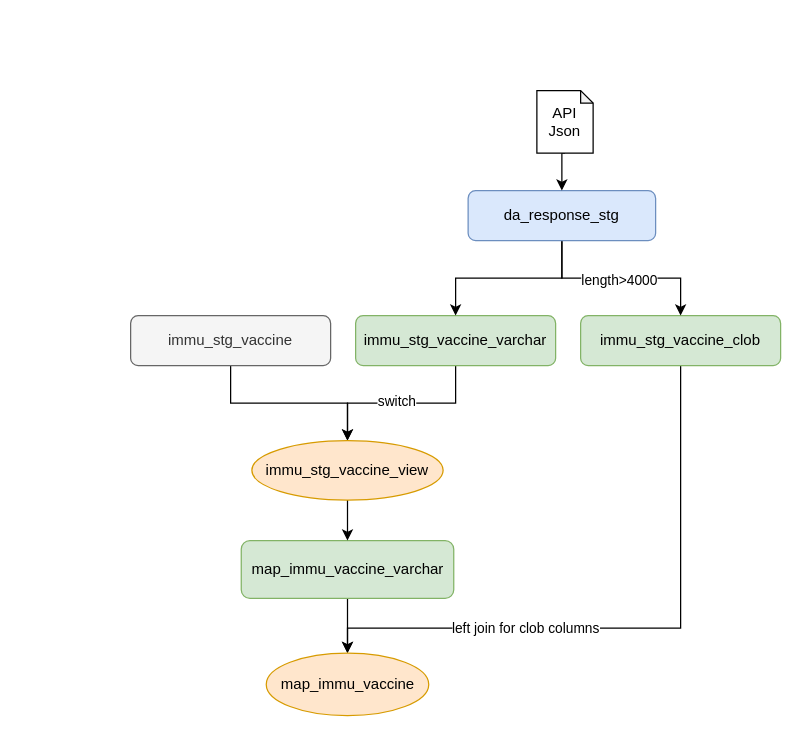
Above: immu_workflow.drawio in xuhuide/drawio (draw.io), before the change. Source tidied: cells renumbered, new cells numbered last; positions are measured from the earlier drawing's top-left corner, leaving out a move shared by most shapes. Both pictures are drawn from the tidied source at 125%, with x=0, y=0 at pixel (130, 90).
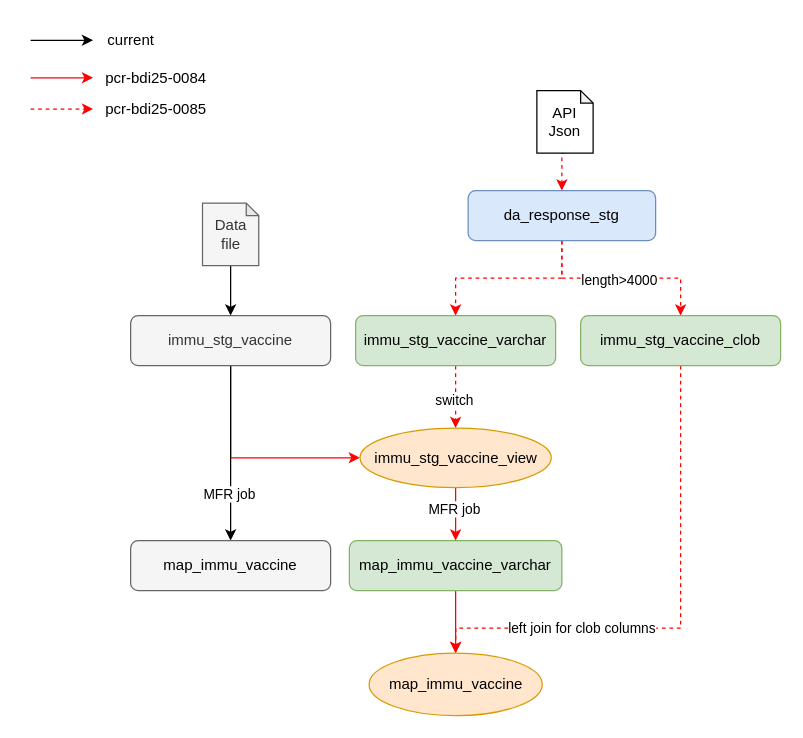
After the change.

Unchanged cells that the change refers to:
```xml
<mxCell id="4" value="&lt;span style=&quot;font-size: 12px;&quot;&gt;immu_stg_vaccine_varchar&lt;/span&gt;" style="rounded=1;whiteSpace=wrap;html=1;fillColor=#d5e8d4;strokeColor=#82b366;" parent="1" vertex="1">
  <mxGeometry x="180" y="180" width="160" height="40" as="geometry" />
</mxCell>
<mxCell id="6" value="&lt;span style=&quot;font-size: 12px;&quot;&gt;immu_stg_vaccine&lt;/span&gt;" style="rounded=1;whiteSpace=wrap;html=1;align=center;fillColor=#f5f5f5;fontColor=#333333;strokeColor=#666666;" parent="1" vertex="1">
  <mxGeometry y="180" width="160" height="40" as="geometry" />
</mxCell>
<mxCell id="11" value="&lt;span style=&quot;text-align: left;&quot;&gt;immu_stg_vaccine_clob&lt;/span&gt;" style="rounded=1;whiteSpace=wrap;html=1;fillColor=#d5e8d4;strokeColor=#82b366;" parent="1" vertex="1">
  <mxGeometry x="360" y="180" width="160" height="40" as="geometry" />
</mxCell>
<mxCell id="15" value="da_response_stg" style="rounded=1;whiteSpace=wrap;html=1;fillColor=#dae8fc;strokeColor=#6c8ebf;" parent="1" vertex="1">
  <mxGeometry x="270" y="80" width="150" height="40" as="geometry" />
</mxCell>
<mxCell id="20" value="API Json" style="shape=note;whiteSpace=wrap;html=1;backgroundOutline=1;darkOpacity=0.05;size=10;" parent="1" vertex="1">
  <mxGeometry x="325" width="45" height="50" as="geometry" />
</mxCell>
```

What changed in the source:
```diff
@@
-    <mxCell id="2" style="edgeStyle=orthogonalEdgeStyle;rounded=0;jettySize=auto;html=1;entryX=0.5;entryY=0;entryDx=0;entryDy=0;" parent="1" edge="1" source="4" target="17">
+    <mxCell id="2" style="edgeStyle=orthogonalEdgeStyle;rounded=0;jettySize=auto;html=1;entryX=0.5;entryY=0;entryDx=0;entryDy=0;dashed=1;strokeColor=#FF0000;" parent="1" edge="1" source="4" target="17">
       <mxGeometry relative="1" as="geometry" />
     </mxCell>
@@
-    <mxCell id="5" style="edgeStyle=orthogonalEdgeStyle;rounded=0;jettySize=auto;html=1;entryX=0.5;entryY=0;entryDx=0;entryDy=0;" parent="1" edge="1" source="6" target="17">
-      <mxGeometry relative="1" as="geometry" />
+    <mxCell id="5" style="edgeStyle=orthogonalEdgeStyle;rounded=0;jettySize=auto;html=1;entryX=0;entryY=0.5;entryDx=0;entryDy=0;curved=0;strokeColor=#FF0000;" parent="1" edge="1" source="6" target="17">
+      <mxGeometry relative="1" as="geometry">
+        <Array as="points">
+          <mxPoint x="80" y="294" />
+        </Array>
+      </mxGeometry>
     </mxCell>
+    <mxCell id="21" style="edgeStyle=orthogonalEdgeStyle;rounded=0;jettySize=auto;html=1;exitX=0.5;exitY=1;exitDx=0;exitDy=0;entryX=0.5;entryY=0;entryDx=0;entryDy=0;" parent="1" edge="1" source="6" target="26">
+      <mxGeometry relative="1" as="geometry" />
+    </mxCell>
+    <mxCell id="22" value="MFR job" style="edgeLabel;html=1;align=center;verticalAlign=middle;" parent="21" vertex="1">
+      <mxGeometry x="0.46" y="-2" relative="1" as="geometry" />
+    </mxCell>
@@
-    <mxCell id="7" style="edgeStyle=orthogonalEdgeStyle;rounded=0;jettySize=auto;html=1;entryX=0.5;entryY=0;entryDx=0;entryDy=0;" parent="1" edge="1" source="8" target="18">
+    <mxCell id="7" style="edgeStyle=orthogonalEdgeStyle;rounded=0;jettySize=auto;html=1;entryX=0.5;entryY=0;entryDx=0;entryDy=0;strokeColor=#FF0000;" parent="1" edge="1" source="8" target="18">
       <mxGeometry relative="1" as="geometry" />
     </mxCell>
     <mxCell id="8" value="map_immu_vaccine_varchar" style="whiteSpace=wrap;html=1;rounded=1;fillColor=#d5e8d4;strokeColor=#82b366;" parent="1" vertex="1">
-      <mxGeometry x="88.5" y="360" width="170" height="46.2" as="geometry" />
+      <mxGeometry x="175" y="360" width="170" height="40" as="geometry" />
     </mxCell>
-    <mxCell id="9" style="edgeStyle=orthogonalEdgeStyle;rounded=0;jettySize=auto;html=1;entryX=0.5;entryY=0;entryDx=0;entryDy=0;" parent="1" edge="1" source="11" target="18">
+    <mxCell id="9" style="edgeStyle=orthogonalEdgeStyle;rounded=0;jettySize=auto;html=1;entryX=0.5;entryY=0;entryDx=0;entryDy=0;dashed=1;strokeColor=#FF0000;" parent="1" edge="1" source="11" target="18">
       <mxGeometry relative="1" as="geometry">
         <Array as="points">
           <mxPoint x="440" y="430" />
-          <mxPoint x="174" y="430" />
+          <mxPoint x="260" y="430" />
         </Array>
       </mxGeometry>
     </mxCell>
     <mxCell id="10" value="left join for clob columns" style="edgeLabel;html=1;align=center;verticalAlign=middle;" parent="9" vertex="1">
-      <mxGeometry x="0.35" y="-1" relative="1" as="geometry" />
+      <mxGeometry x="0.35" y="-1" relative="1" as="geometry">
+        <mxPoint x="-13" as="offset" />
+      </mxGeometry>
     </mxCell>
@@
-    <mxCell id="12" style="edgeStyle=orthogonalEdgeStyle;rounded=0;jettySize=auto;html=1;entryX=0.5;entryY=0;entryDx=0;entryDy=0;" parent="1" edge="1" source="15" target="4">
+    <mxCell id="12" style="edgeStyle=orthogonalEdgeStyle;rounded=0;jettySize=auto;html=1;entryX=0.5;entryY=0;entryDx=0;entryDy=0;dashed=1;strokeColor=#FF0000;" parent="1" edge="1" source="15" target="4">
       <mxGeometry relative="1" as="geometry" />
     </mxCell>
-    <mxCell id="13" style="edgeStyle=orthogonalEdgeStyle;rounded=0;jettySize=auto;html=1;exitX=0.5;exitY=1;exitDx=0;exitDy=0;entryX=0.5;entryY=0;entryDx=0;entryDy=0;" parent="1" edge="1" source="15" target="11">
+    <mxCell id="13" style="edgeStyle=orthogonalEdgeStyle;rounded=0;jettySize=auto;html=1;exitX=0.5;exitY=1;exitDx=0;exitDy=0;entryX=0.5;entryY=0;entryDx=0;entryDy=0;dashed=1;strokeColor=#FF0000;" parent="1" edge="1" source="15" target="11">
       <mxGeometry relative="1" as="geometry" />
     </mxCell>
@@
-    <mxCell id="16" style="edgeStyle=orthogonalEdgeStyle;rounded=0;jettySize=auto;html=1;exitX=0.5;exitY=1;exitDx=0;exitDy=0;entryX=0.5;entryY=0;entryDx=0;entryDy=0;" parent="1" edge="1" source="17" target="8">
+    <mxCell id="16" style="edgeStyle=orthogonalEdgeStyle;rounded=0;jettySize=auto;html=1;exitX=0.5;exitY=1;exitDx=0;exitDy=0;entryX=0.5;entryY=0;entryDx=0;entryDy=0;strokeColor=#FF0000;" parent="1" edge="1" source="17" target="8">
       <mxGeometry relative="1" as="geometry" />
     </mxCell>
+    <mxCell id="23" value="MFR job" style="edgeLabel;html=1;align=center;verticalAlign=middle;" parent="16" vertex="1">
+      <mxGeometry x="-0.1" y="-1" relative="1" as="geometry">
+        <mxPoint x="-1" y="-2" as="offset" />
+      </mxGeometry>
+    </mxCell>
     <mxCell id="17" value="immu_stg_vaccine_view" style="ellipse;whiteSpace=wrap;html=1;fillColor=#ffe6cc;strokeColor=#d79b00;" parent="1" vertex="1">
-      <mxGeometry x="97" y="280" width="153" height="47.5" as="geometry" />
+      <mxGeometry x="183.5" y="270" width="153" height="47.5" as="geometry" />
     </mxCell>
     <mxCell id="18" value="map_immu_vaccine" style="ellipse;whiteSpace=wrap;html=1;fillColor=#ffe6cc;strokeColor=#d79b00;" parent="1" vertex="1">
-      <mxGeometry x="108.5" y="450" width="130" height="50" as="geometry" />
+      <mxGeometry x="190.8" y="450" width="138.5" height="50" as="geometry" />
     </mxCell>
-    <mxCell id="19" style="edgeStyle=orthogonalEdgeStyle;rounded=0;jettySize=auto;html=1;exitX=0.5;exitY=1;exitDx=0;exitDy=0;exitPerimeter=0;entryX=0.5;entryY=0;entryDx=0;entryDy=0;" parent="1" edge="1" source="20" target="15">
+    <mxCell id="19" style="edgeStyle=orthogonalEdgeStyle;rounded=0;jettySize=auto;html=1;exitX=0.5;exitY=1;exitDx=0;exitDy=0;exitPerimeter=0;entryX=0.5;entryY=0;entryDx=0;entryDy=0;dashed=1;strokeColor=#FF0000;" parent="1" edge="1" source="20" target="15">
       <mxGeometry relative="1" as="geometry" />
     </mxCell>
@@
+    <mxCell id="24" style="edgeStyle=orthogonalEdgeStyle;rounded=0;jettySize=auto;html=1;" parent="1" edge="1" source="25" target="6">
+      <mxGeometry relative="1" as="geometry" />
+    </mxCell>
+    <mxCell id="25" value="Data file" style="shape=note;whiteSpace=wrap;html=1;backgroundOutline=1;darkOpacity=0.05;size=10;fillColor=#f5f5f5;fontColor=#333333;strokeColor=#666666;" parent="1" vertex="1">
+      <mxGeometry x="57.5" y="90" width="45" height="50" as="geometry" />
+    </mxCell>
+    <mxCell id="26" value="&lt;span style=&quot;color: rgb(0, 0, 0);&quot;&gt;map_immu_vaccine&lt;/span&gt;" style="rounded=1;whiteSpace=wrap;html=1;align=center;fillColor=#f5f5f5;fontColor=#333333;strokeColor=#666666;" parent="1" vertex="1">
+      <mxGeometry y="360" width="160" height="40" as="geometry" />
+    </mxCell>
+    <mxCell id="27" style="endArrow=classic;html=1;rounded=0;strokeColor=#FF0000;fillColor=#f8cecc;" parent="1" edge="1">
+      <mxGeometry relative="1" as="geometry">
+        <mxPoint x="-80" y="-10.3" as="sourcePoint" />
+        <mxPoint x="-30" y="-10.3" as="targetPoint" />
+      </mxGeometry>
+    </mxCell>
+    <mxCell id="28" value="pcr-bdi25-0084" style="text;html=1;align=center;verticalAlign=middle;strokeColor=none;fillColor=none;" parent="1" vertex="1">
+      <mxGeometry x="-30" y="-25" width="100" height="30" as="geometry" />
+    </mxCell>
+    <mxCell id="29" style="edgeStyle=orthogonalEdgeStyle;rounded=0;orthogonalLoop=1;jettySize=auto;html=1;dashed=1;strokeColor=#FF0000;" parent="1" edge="1">
+      <mxGeometry relative="1" as="geometry">
+        <mxPoint x="-80" y="14.7" as="sourcePoint" />
+        <mxPoint x="-30" y="14.7" as="targetPoint" />
+      </mxGeometry>
+    </mxCell>
+    <mxCell id="30" value="pcr-bdi25-0085" style="text;html=1;align=center;verticalAlign=middle;strokeColor=none;fillColor=none;" parent="1" vertex="1">
+      <mxGeometry x="-30" width="100" height="30" as="geometry" />
+    </mxCell>
+    <mxCell id="31" style="edgeStyle=orthogonalEdgeStyle;rounded=0;orthogonalLoop=1;jettySize=auto;html=1;" parent="1" edge="1">
+      <mxGeometry relative="1" as="geometry">
+        <mxPoint x="-80" y="-40.3" as="sourcePoint" />
+        <mxPoint x="-30" y="-40.3" as="targetPoint" />
+      </mxGeometry>
+    </mxCell>
+    <mxCell id="32" value="current" style="text;html=1;align=center;verticalAlign=middle;strokeColor=none;fillColor=none;" parent="1" vertex="1">
+      <mxGeometry x="-30" y="-55" width="60" height="30" as="geometry" />
+    </mxCell>
```
